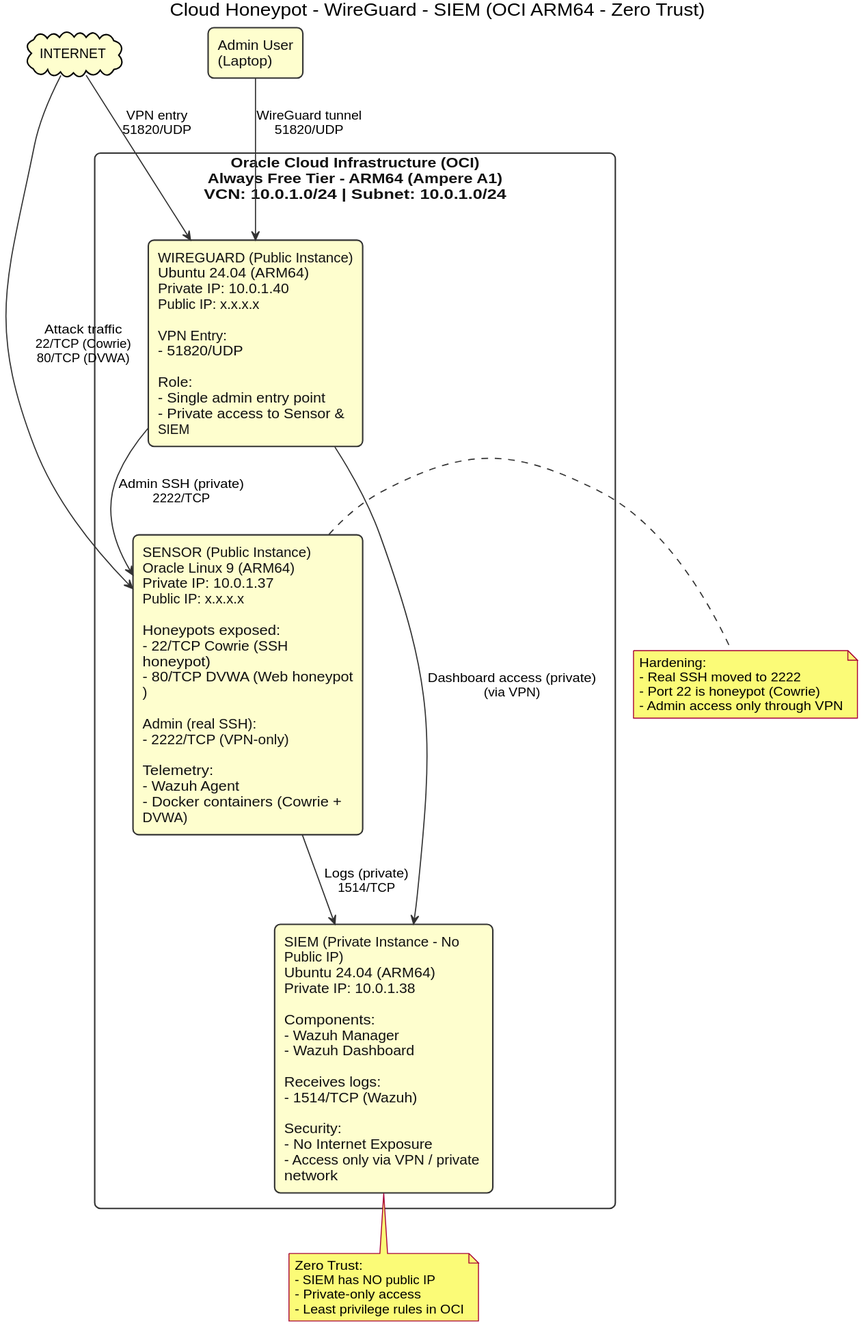
Above: diagrams/topologia.svg in LuigiDelSordo/Cloud-Honeypot-WireGuard-SIEM (PlantUML), before the change.
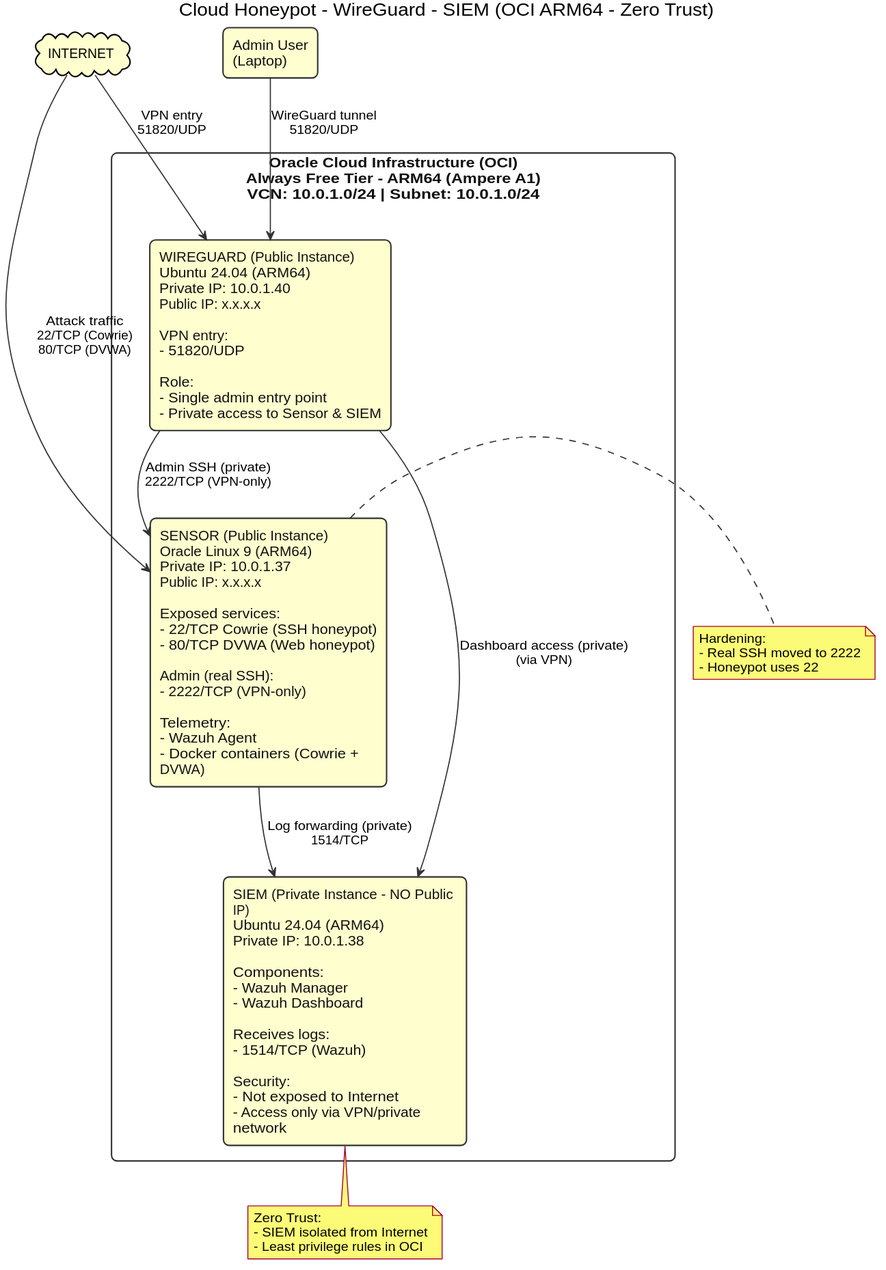
After the commit.

Commit message:
Auto-render PlantUML diagrams

Diff of the diagram source:
```diff
@@ -7,47 +7,46 @@
 skinparam RectangleBorderColor #333333
 skinparam RectangleFontColor #111111
 skinparam RectangleRoundCorner 12
-skinparam wrapWidth 220
-skinparam maxMessageSize 180
+skinparam wrapWidth 240
+skinparam maxMessageSize 220
 
 title Cloud Honeypot - WireGuard - SIEM (OCI ARM64 - Zero Trust)
 
 cloud "INTERNET" as Internet
 rectangle "Admin User\n(Laptop)" as Admin
 
-rectangle "Oracle Cloud Infrastructure (OCI)\nAlways Free Tier - ARM64 (Ampere A1)\nVCN: 10.0.1.0/24  |  Subnet: 10.0.1.0/24" as OCI {
+rectangle "Oracle Cloud Infrastructure (OCI)\nAlways Free Tier - ARM64 (Ampere A1)\nVCN: 10.0.1.0/24 | Subnet: 10.0.1.0/24" as OCI {
 
   together {
-    rectangle "SENSOR (Public Instance)\nOracle Linux 9 (ARM64)\nPrivate IP: 10.0.1.37\nPublic IP: x.x.x.x\n\nHoneypots exposed:\n- 22/TCP  Cowrie (SSH honeypot)\n- 80/TCP  DVWA (Web honeypot)\n\nAdmin (real SSH):\n- 2222/TCP (VPN-only)\n\nTelemetry:\n- Wazuh Agent\n- Docker containers (Cowrie + DVWA)" as Sensor
+    rectangle "SENSOR (Public Instance)\nOracle Linux 9 (ARM64)\nPrivate IP: 10.0.1.37\nPublic IP: x.x.x.x\n\nExposed services:\n- 22/TCP  Cowrie (SSH honeypot)\n- 80/TCP  DVWA (Web honeypot)\n\nAdmin (real SSH):\n- 2222/TCP (VPN-only)\n\nTelemetry:\n- Wazuh Agent\n- Docker containers (Cowrie + DVWA)" as Sensor
 
-    rectangle "WIREGUARD (Public Instance)\nUbuntu 24.04 (ARM64)\nPrivate IP: 10.0.1.40\nPublic IP: x.x.x.x\n\nVPN Entry:\n- 51820/UDP\n\nRole:\n- Single admin entry point\n- Private access to Sensor & SIEM" as WG
+    rectangle "WIREGUARD (Public Instance)\nUbuntu 24.04 (ARM64)\nPrivate IP: 10.0.1.40\nPublic IP: x.x.x.x\n\nVPN entry:\n- 51820/UDP\n\nRole:\n- Single admin entry point\n- Private access to Sensor & SIEM" as WG
   }
 
-  rectangle "SIEM (Private Instance - No Public IP)\nUbuntu 24.04 (ARM64)\nPrivate IP: 10.0.1.38\n\nComponents:\n- Wazuh Manager\n- Wazuh Dashboard\n\nReceives logs:\n- 1514/TCP (Wazuh)\n\nSecurity:\n- No Internet Exposure\n- Access only via VPN / private network" as SIEM
+  rectangle "SIEM (Private Instance - NO Public IP)\nUbuntu 24.04 (ARM64)\nPrivate IP: 10.0.1.38\n\nComponents:\n- Wazuh Manager\n- Wazuh Dashboard\n\nReceives logs:\n- 1514/TCP (Wazuh)\n\nSecurity:\n- Not exposed to Internet\n- Access only via VPN/private network" as SIEM
 
+  Sensor -[hidden]-> SIEM
+  WG     -[hidden]-> SIEM
 }
 
+Internet --> Sensor : Attack traffic\n22/TCP (Cowrie)\n80/TCP (DVWA)
+Internet --> WG     : VPN entry\n51820/UDP
 
-Internet --> Sensor : Attack traffic\n22/TCP (Cowrie)\n80/TCP (DVWA)
-Internet --> WG : VPN entry\n51820/UDP
+Sensor --> SIEM : Log forwarding (private)\n1514/TCP
 
-Sensor --> SIEM : Logs (private)\n1514/TCP
-
-Admin --> WG : WireGuard tunnel\n51820/UDP
-WG --> Sensor : Admin SSH (private)\n2222/TCP
-WG --> SIEM : Dashboard access (private)\n(via VPN)
+Admin --> WG    : WireGuard tunnel\n51820/UDP
+WG --> Sensor   : Admin SSH (private)\n2222/TCP (VPN-only)
+WG --> SIEM     : Dashboard access (private)\n(via VPN)
 
 note right of Sensor
 Hardening:
 - Real SSH moved to 2222
-- Port 22 is honeypot (Cowrie)
-- Admin access only through VPN
+- Honeypot uses 22
 end note
 
 note bottom of SIEM
 Zero Trust:
-- SIEM has NO public IP
-- Private-only access
+- SIEM isolated from Internet
 - Least privilege rules in OCI
 end note
 
```
